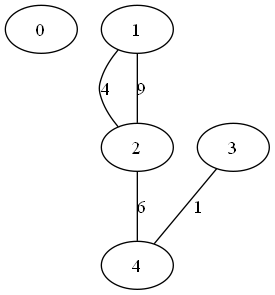
This is grafos/arquivos/arquivo3.png from lucasszanotelli/TPA, a Graphviz export, as it was before one commit. Its source is kept beside it as grafos/arquivos/arquivo3.dot.
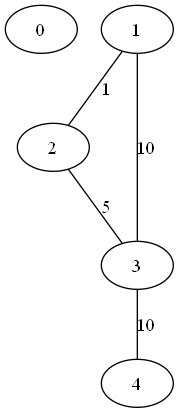
The same diagram one commit later.

Change to the diagram source:
```diff
@@ -3,9 +3,8 @@
     1;
     2;
     3;
-    4;
-    1 -- 2 [label=4, weight=4];
-    1 -- 2 [label=9, weight=9];
-    2 -- 4 [label=6, weight=6];
-    3 -- 4 [label=1, weight=1];
+    1 -- 2 [label=1, weight=1];
+    1 -- 3 [label=10, weight=10];
+    2 -- 3 [label=5, weight=5];
+    3 -- 4 [label=10, weight=10];
 }
```
